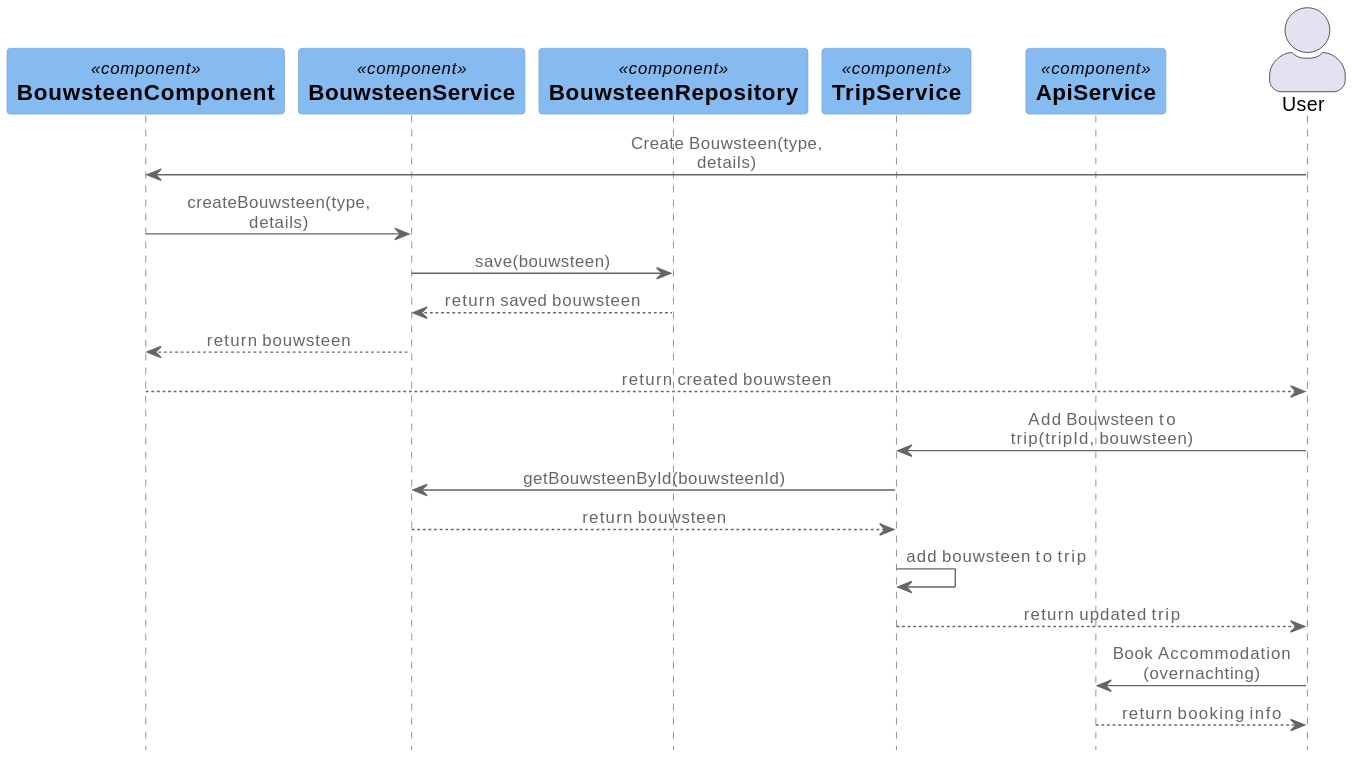
Above: Bartu/Onderzoek/dynamicDiagramOnderzoek-0.svg in AIM-ENE-feb25/triptop-dravende-dikdiks (PlantUML), before the change. Its diagram source:
```plantuml
@startuml
!include https://raw.githubusercontent.com/plantuml-stdlib/C4-PlantUML/master/C4_Sequence.puml

Component(BouwsteenComponent, "BouwsteenComponent", "", "BouwsteenComponent-applicatie")
Component(BouwsteenService, "BouwsteenService","", "BouwsteenService")
Component(BouwsteenRepository, "BouwsteenRepository","", "BouwsteenRepository")
Component(TripService, "TripService","", "TripService")
Component(ApiService, "ApiService","", "ApiService")

actor User

User -> BouwsteenComponent : Create Bouwsteen(type, details)
BouwsteenComponent -> BouwsteenService : createBouwsteen(type, details)
BouwsteenService -> BouwsteenRepository : save(bouwsteen)
BouwsteenRepository --> BouwsteenService : return saved bouwsteen
BouwsteenService --> BouwsteenComponent : return bouwsteen
BouwsteenComponent --> User : return created bouwsteen

User -> TripService : Add Bouwsteen to trip(tripId, bouwsteen)
TripService -> BouwsteenService : getBouwsteenById(bouwsteenId)
BouwsteenService --> TripService : return bouwsteen
TripService -> TripService : add bouwsteen to trip
TripService --> User : return updated trip

User -> ApiService : Book Accommodation (overnachting)
ApiService --> User : return booking info
@enduml
```
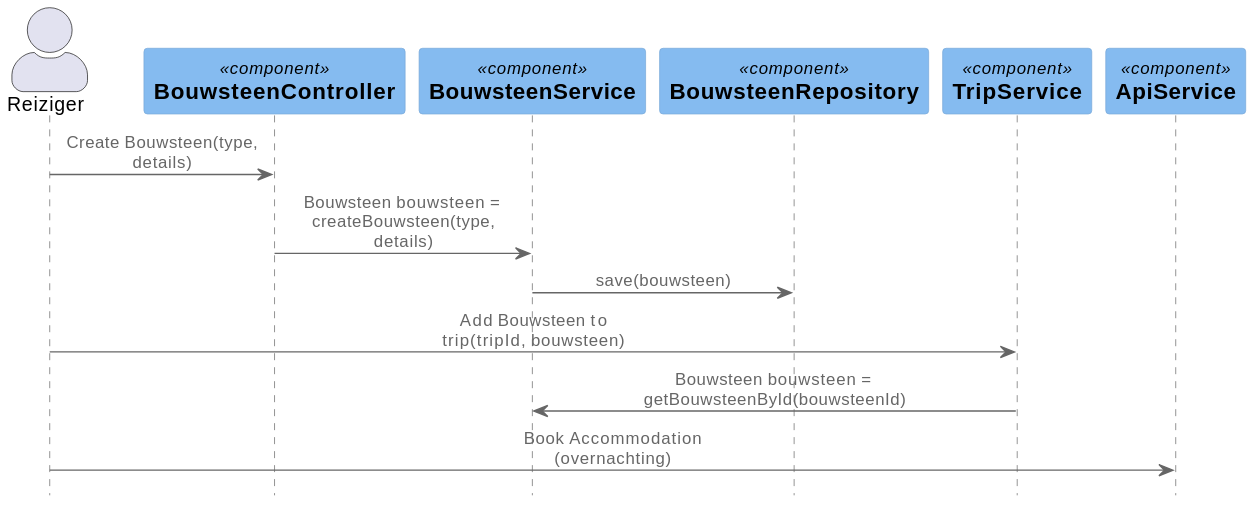
The same file after the commit.

Change to the diagram source:
```diff
@@ -1,27 +1,20 @@
 @startuml
 !include https://raw.githubusercontent.com/plantuml-stdlib/C4-PlantUML/master/C4_Sequence.puml
 
-Component(BouwsteenComponent, "BouwsteenComponent", "", "BouwsteenComponent-applicatie")
-Component(BouwsteenService, "BouwsteenService","", "BouwsteenService")
-Component(BouwsteenRepository, "BouwsteenRepository","", "BouwsteenRepository")
-Component(TripService, "TripService","", "TripService")
-Component(ApiService, "ApiService","", "ApiService")
+actor Reiziger
 
-actor User
+Component(BouwsteenController, "BouwsteenController", "", "Beheert bouwstenen")
+Component(BouwsteenService, "BouwsteenService","", "Behandelt bouwsteen logica")
+Component(BouwsteenRepository, "BouwsteenRepository","", "Slaat bouwstenen op")
+Component(TripService, "TripService","", "Beheert trip gerelateerde bouwstenen")
+Component(ApiService, "ApiService","", "Boekt overnachtingen en vervoer")
 
-User -> BouwsteenComponent : Create Bouwsteen(type, details)
-BouwsteenComponent -> BouwsteenService : createBouwsteen(type, details)
+Reiziger -> BouwsteenController : Create Bouwsteen(type, details)
+BouwsteenController -> BouwsteenService : Bouwsteen bouwsteen = createBouwsteen(type, details)
 BouwsteenService -> BouwsteenRepository : save(bouwsteen)
-BouwsteenRepository --> BouwsteenService : return saved bouwsteen
-BouwsteenService --> BouwsteenComponent : return bouwsteen
-BouwsteenComponent --> User : return created bouwsteen
 
-User -> TripService : Add Bouwsteen to trip(tripId, bouwsteen)
-TripService -> BouwsteenService : getBouwsteenById(bouwsteenId)
-BouwsteenService --> TripService : return bouwsteen
-TripService -> TripService : add bouwsteen to trip
-TripService --> User : return updated trip
+Reiziger -> TripService : Add Bouwsteen to trip(tripId, bouwsteen)
+TripService -> BouwsteenService : Bouwsteen bouwsteen = getBouwsteenById(bouwsteenId)
 
-User -> ApiService : Book Accommodation (overnachting)
-ApiService --> User : return booking info
+Reiziger -> ApiService : Book Accommodation (overnachting)
 @enduml
```
